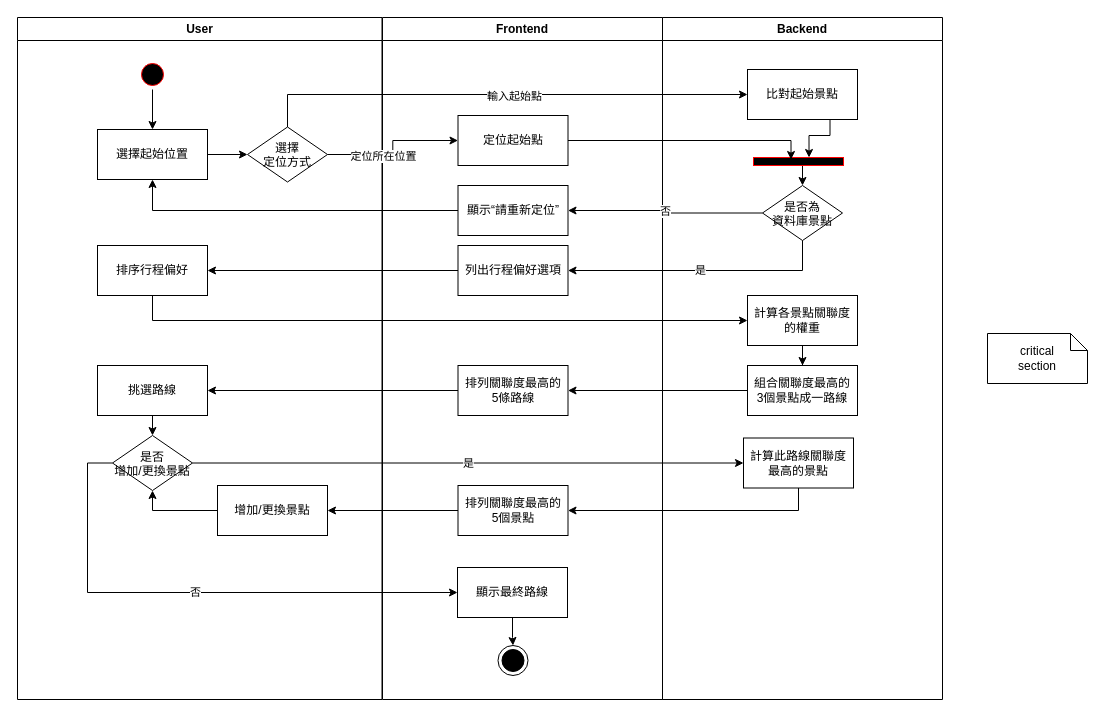
Earlier version of the draw.io diagram ActivityDiagram.drawio (Niomoo/PeteBudaeJjigae). Source tidied: cells renumbered, new cells numbered last; positions are measured from the earlier drawing's top-left corner, leaving out a move shared by most shapes. Both pictures are drawn from the tidied source at 100%, with x=0, y=0 at pixel (17, 17).
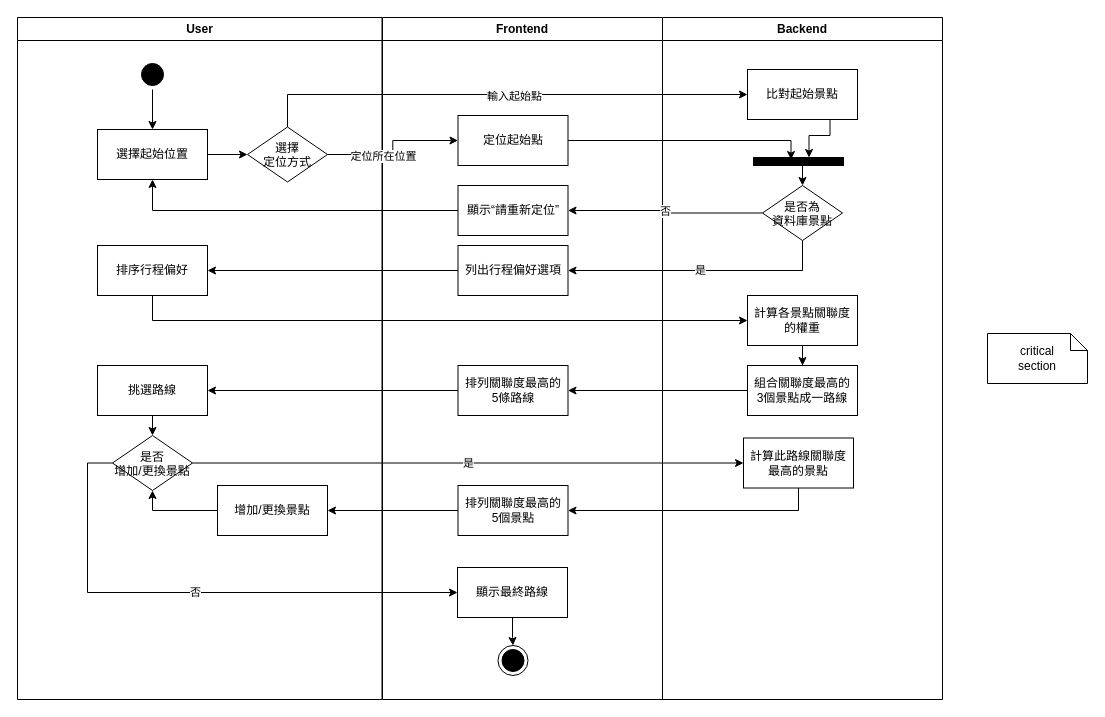
The same diagram, later.

The change refers to these unchanged cells:
```xml
<mxCell id="2" value="User" style="swimlane;whiteSpace=wrap;" parent="1" vertex="1">
  <mxGeometry width="364.5" height="682" as="geometry" />
</mxCell>
<mxCell id="23" value="Backend" style="swimlane;whiteSpace=wrap;" parent="1" vertex="1">
  <mxGeometry x="645" width="280" height="682" as="geometry" />
</mxCell>
```

Diff of the diagram source:
```diff
@@
-    <mxCell id="4" style="ellipse;shape=startState;fillColor=#000000;strokeColor=#ff0000;" parent="2" vertex="1">
+    <mxCell id="4" style="ellipse;shape=startState;fillColor=#000000;" parent="2" vertex="1">
       <mxGeometry x="120" y="42" width="30" height="30" as="geometry" />
     </mxCell>
@@
-    <mxCell id="27" style="whiteSpace=wrap;strokeColor=#FF0000;fillColor=#000000;" parent="23" vertex="1">
+    <mxCell id="27" style="whiteSpace=wrap;fillColor=#000000;" parent="23" vertex="1">
       <mxGeometry x="91" y="140" width="90" height="8" as="geometry" />
     </mxCell>
```
